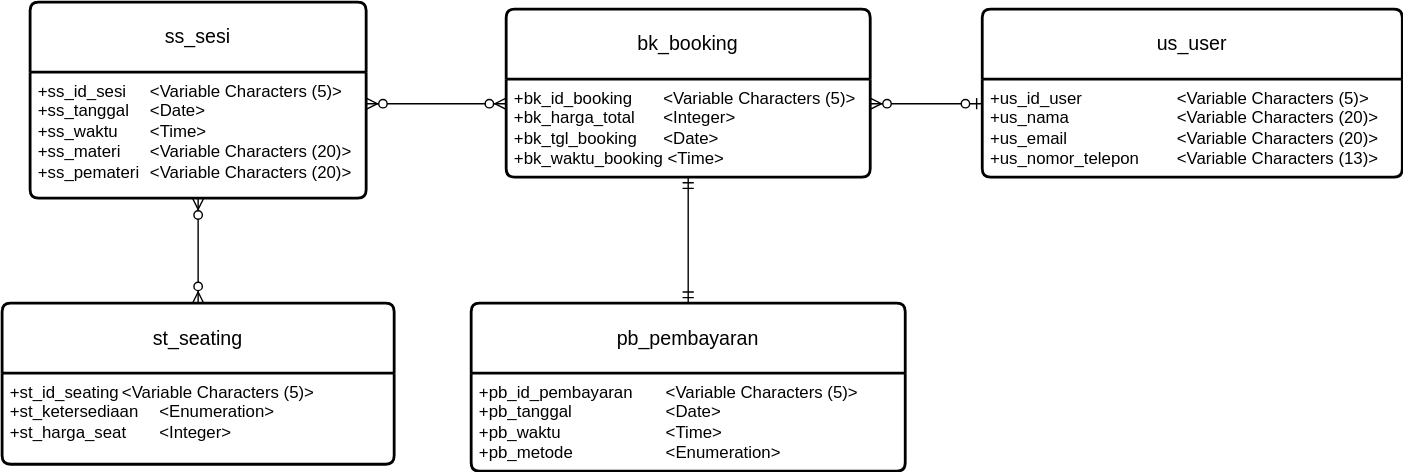
This is SeminarSystem_CDM.drawio.svg from borednuna/Hanun-Shaka-P_Tugas2MCI, a draw.io export, as it was before one commit. Source tidied: cells renumbered, new cells last; positions are measured from the earlier drawing's top-left corner, leaving out a move shared by most shapes.
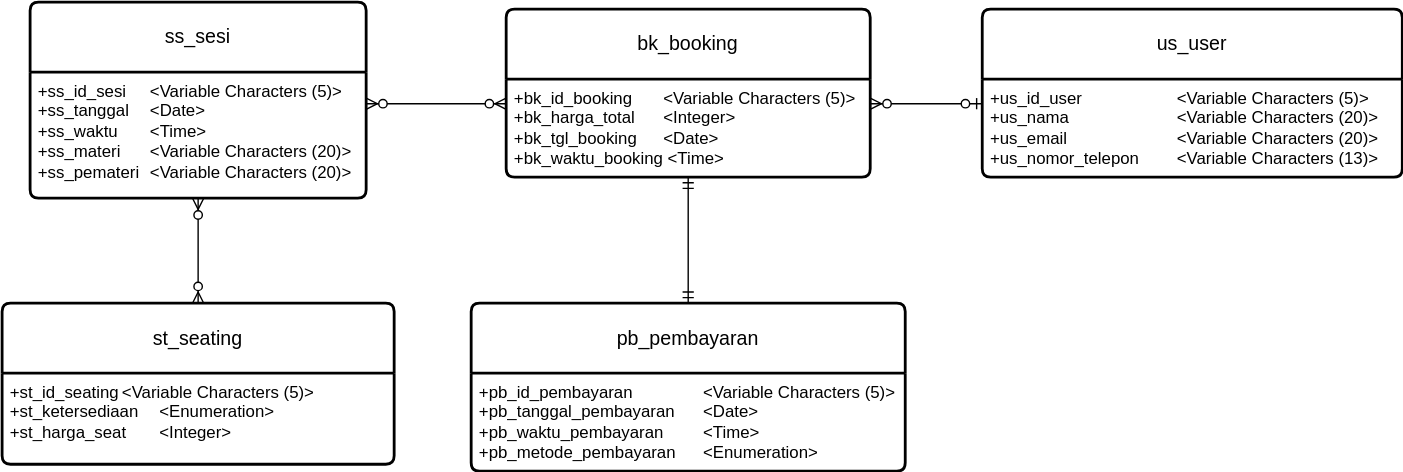
Above is the later version.

The edit, as a diff of the source:
```diff
@@ -32,7 +32,7 @@
     <mxCell id="11" value="pb_pembayaran" style="swimlane;horizontal=1;startSize=50;rounded=1;fontSize=14;fontStyle=0;strokeWidth=2;shadow=0;dashed=0;align=center;arcSize=4;whiteSpace=wrap;html=1;" parent="1" vertex="1">
       <mxGeometry x="335" y="215" width="310" height="120" as="geometry" />
     </mxCell>
-    <mxCell id="12" value="&lt;div&gt;+pb_id_pembayaran&lt;span style=&quot;white-space: pre;&quot;&gt; &lt;/span&gt;&amp;lt;Variable Characters (5)&amp;gt;&lt;br&gt;&lt;/div&gt;&lt;div&gt;+pb_tanggal&lt;span style=&quot;white-space: pre;&quot;&gt; &lt;/span&gt;&lt;span style=&quot;white-space: pre;&quot;&gt; &lt;/span&gt;&lt;span style=&quot;white-space: pre;&quot;&gt; &lt;/span&gt;&amp;lt;Date&amp;gt;&lt;/div&gt;&lt;div&gt;+pb_waktu&lt;span style=&quot;white-space: pre;&quot;&gt; &lt;/span&gt;&lt;span style=&quot;white-space: pre;&quot;&gt; &lt;/span&gt;&lt;span style=&quot;white-space: pre;&quot;&gt; &lt;/span&gt;&amp;lt;Time&amp;gt;&lt;/div&gt;&lt;div&gt;+pb_metode&lt;span style=&quot;white-space: pre;&quot;&gt; &lt;/span&gt;&lt;span style=&quot;white-space: pre;&quot;&gt; &lt;/span&gt;&lt;span style=&quot;white-space: pre;&quot;&gt; &lt;/span&gt;&amp;lt;Enumeration&amp;gt;&lt;br&gt;&lt;/div&gt;" style="align=left;strokeColor=none;fillColor=none;spacingLeft=4;fontSize=12;verticalAlign=top;html=1;" parent="11" vertex="1">
+    <mxCell id="12" value="&lt;div&gt;+pb_id_pembayaran&lt;span style=&quot;white-space: pre;&quot;&gt; &lt;/span&gt;&lt;span style=&quot;white-space: pre;&quot;&gt; &lt;/span&gt;&amp;lt;Variable Characters (5)&amp;gt;&lt;br&gt;&lt;/div&gt;&lt;div&gt;+pb_tanggal&lt;span style=&quot;white-space: pre;&quot;&gt;_pembayaran&lt;/span&gt;&lt;span style=&quot;white-space: pre;&quot;&gt; &lt;/span&gt;&amp;lt;Date&amp;gt;&lt;/div&gt;&lt;div&gt;+pb_waktu&lt;span style=&quot;white-space: pre;&quot;&gt;_pembayaran&lt;/span&gt;&lt;span style=&quot;white-space: pre;&quot;&gt; &lt;/span&gt;&amp;lt;Time&amp;gt;&lt;/div&gt;&lt;div&gt;+pb_metode&lt;span style=&quot;white-space: pre;&quot;&gt;_pembayaran&lt;/span&gt;&lt;span style=&quot;white-space: pre;&quot;&gt; &lt;/span&gt;&amp;lt;Enumeration&amp;gt;&lt;br&gt;&lt;/div&gt;" style="align=left;strokeColor=none;fillColor=none;spacingLeft=4;fontSize=12;verticalAlign=top;html=1;" parent="11" vertex="1">
       <mxGeometry y="50" width="310" height="70" as="geometry" />
     </mxCell>
     <mxCell id="13" style="fontSize=12;html=1;endArrow=ERzeroToMany;endFill=1;startArrow=ERzeroToMany;rounded=0;entryX=0;entryY=0.25;entryDx=0;entryDy=0;exitX=1;exitY=0.25;exitDx=0;exitDy=0;" parent="1" edge="1" source="7" target="3">
```
